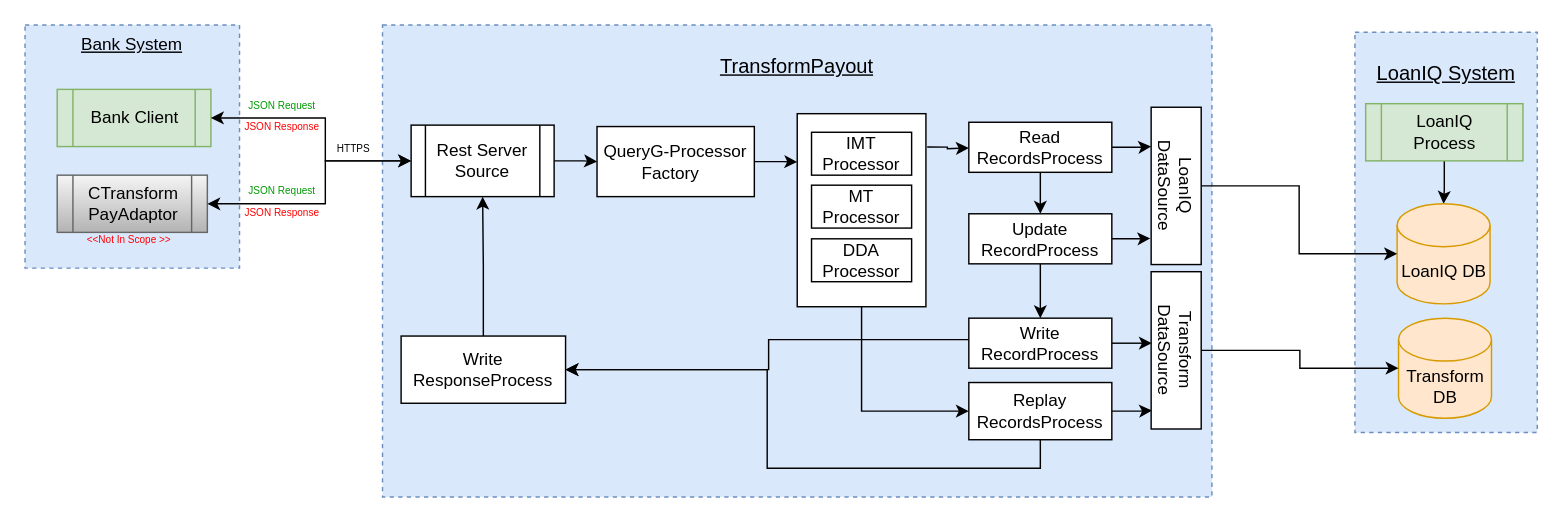
Earlier version of the draw.io diagram page "Page-5" (5 of 5) of NFR_Reliability.drawio (thrivikramarajarao/easy_test_domain). Source tidied: cells renumbered, new cells numbered last; positions are measured from the earlier drawing's top-left corner, leaving out a move shared by most shapes. Both pictures are drawn from the tidied source at 143%, with x=0, y=0 at pixel (24, 24).
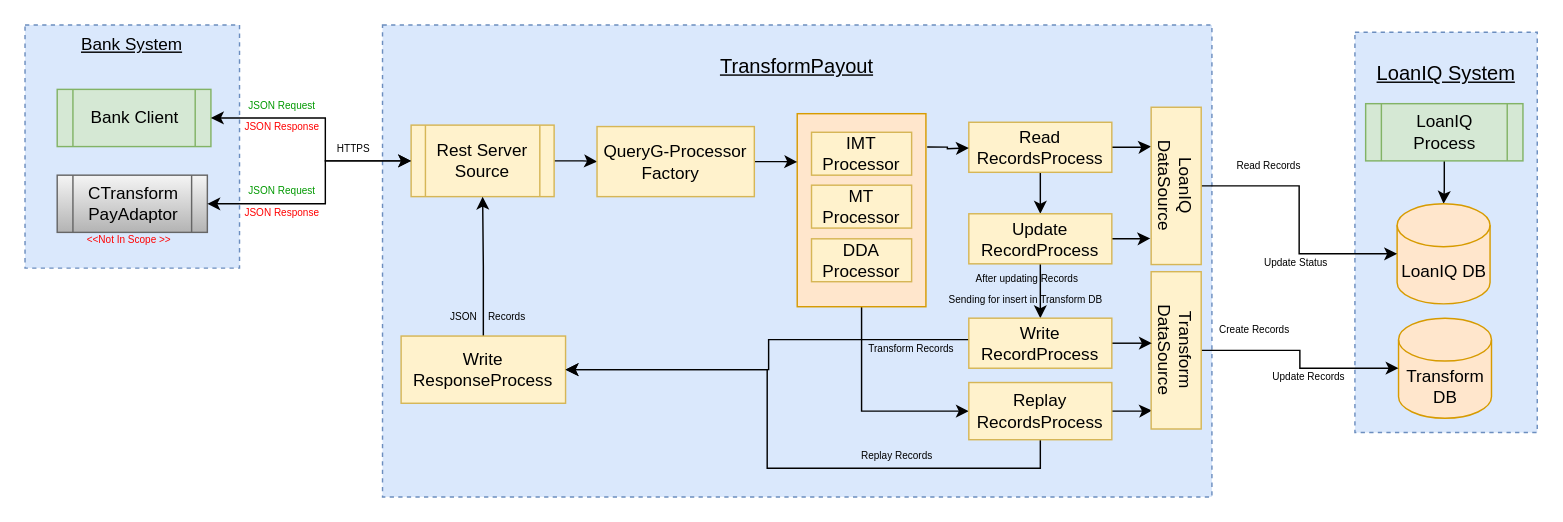
The same diagram, later.

What changed in the source:
```diff
@@
-    <mxCell id="4" style="rounded=0;whiteSpace=wrap;html=1;fontFamily=Helvetica;fontSize=12;fontColor=#000000;align=center;verticalAlign=middle;" parent="1" vertex="1">
+    <mxCell id="4" style="rounded=0;whiteSpace=wrap;html=1;fontFamily=Helvetica;fontSize=12;align=center;verticalAlign=middle;fillColor=#ffe6cc;strokeColor=#d79b00;" parent="1" vertex="1">
       <mxGeometry x="540" y="62" width="90" height="135" as="geometry" />
     </mxCell>
@@
-    <mxCell id="11" value="Rest Server Source" style="shape=process;whiteSpace=wrap;html=1;backgroundOutline=1;fontFamily=Helvetica;verticalAlign=middle;" parent="1" vertex="1">
+    <mxCell id="11" value="Rest Server Source" style="shape=process;whiteSpace=wrap;html=1;backgroundOutline=1;fontFamily=Helvetica;verticalAlign=middle;fillColor=#fff2cc;strokeColor=#d6b656;" parent="1" vertex="1">
       <mxGeometry x="270" y="70" width="100" height="50" as="geometry" />
     </mxCell>
@@
-    <mxCell id="24" value="&lt;font color=&quot;#000000&quot; style=&quot;font-size: 12px&quot;&gt;QueryG-Processor Factory&amp;nbsp;&amp;nbsp;&lt;/font&gt;" style="rounded=0;whiteSpace=wrap;html=1;fontFamily=Helvetica;fontSize=12;fontColor=#009900;align=center;verticalAlign=middle;" parent="1" vertex="1">
+    <mxCell id="24" value="&lt;font color=&quot;#000000&quot; style=&quot;font-size: 12px&quot;&gt;QueryG-Processor Factory&amp;nbsp;&amp;nbsp;&lt;/font&gt;" style="rounded=0;whiteSpace=wrap;html=1;fontFamily=Helvetica;fontSize=12;align=center;verticalAlign=middle;fillColor=#fff2cc;strokeColor=#d6b656;" parent="1" vertex="1">
       <mxGeometry x="400" y="71" width="110" height="49" as="geometry" />
     </mxCell>
-    <mxCell id="25" value="&lt;font color=&quot;#000000&quot;&gt;IMT Processor&lt;/font&gt;" style="rounded=0;whiteSpace=wrap;html=1;fontFamily=Helvetica;fontSize=12;fontColor=#009900;align=center;verticalAlign=middle;" parent="1" vertex="1">
+    <mxCell id="25" value="&lt;font color=&quot;#000000&quot;&gt;IMT Processor&lt;/font&gt;" style="rounded=0;whiteSpace=wrap;html=1;fontFamily=Helvetica;fontSize=12;align=center;verticalAlign=middle;fillColor=#fff2cc;strokeColor=#d6b656;" parent="1" vertex="1">
       <mxGeometry x="550" y="75" width="70" height="30" as="geometry" />
     </mxCell>
-    <mxCell id="26" value="&lt;font color=&quot;#000000&quot;&gt;MT Processor&lt;/font&gt;" style="rounded=0;whiteSpace=wrap;html=1;fontFamily=Helvetica;fontSize=12;fontColor=#009900;align=center;verticalAlign=middle;" parent="1" vertex="1">
+    <mxCell id="26" value="&lt;font color=&quot;#000000&quot;&gt;MT Processor&lt;/font&gt;" style="rounded=0;whiteSpace=wrap;html=1;fontFamily=Helvetica;fontSize=12;align=center;verticalAlign=middle;fillColor=#fff2cc;strokeColor=#d6b656;" parent="1" vertex="1">
       <mxGeometry x="550" y="112" width="70" height="30" as="geometry" />
     </mxCell>
-    <mxCell id="27" value="&lt;font color=&quot;#000000&quot;&gt;DDA Processor&lt;/font&gt;" style="rounded=0;whiteSpace=wrap;html=1;fontFamily=Helvetica;fontSize=12;fontColor=#009900;align=center;verticalAlign=middle;" parent="1" vertex="1">
+    <mxCell id="27" value="&lt;font color=&quot;#000000&quot;&gt;DDA Processor&lt;/font&gt;" style="rounded=0;whiteSpace=wrap;html=1;fontFamily=Helvetica;fontSize=12;align=center;verticalAlign=middle;fillColor=#fff2cc;strokeColor=#d6b656;" parent="1" vertex="1">
       <mxGeometry x="550" y="149.5" width="70" height="30" as="geometry" />
     </mxCell>
@@
-    <mxCell id="30" value="&lt;font color=&quot;#000000&quot;&gt;Read&lt;br&gt;RecordsProcess&lt;/font&gt;" style="rounded=0;whiteSpace=wrap;html=1;fontFamily=Helvetica;fontSize=12;fontColor=#009900;align=center;verticalAlign=middle;" parent="1" vertex="1">
+    <mxCell id="30" value="&lt;font color=&quot;#000000&quot;&gt;Read&lt;br&gt;RecordsProcess&lt;/font&gt;" style="rounded=0;whiteSpace=wrap;html=1;fontFamily=Helvetica;fontSize=12;align=center;verticalAlign=middle;fillColor=#fff2cc;strokeColor=#d6b656;" parent="1" vertex="1">
       <mxGeometry x="660" y="68" width="100" height="35" as="geometry" />
     </mxCell>
@@
-    <mxCell id="32" value="&lt;font color=&quot;#000000&quot;&gt;Write &lt;br&gt;ResponseProcess&lt;/font&gt;" style="rounded=0;whiteSpace=wrap;html=1;fontFamily=Helvetica;fontSize=12;fontColor=#009900;align=center;verticalAlign=middle;" parent="1" vertex="1">
+    <mxCell id="32" value="&lt;font color=&quot;#000000&quot;&gt;Write &lt;br&gt;ResponseProcess&lt;/font&gt;" style="rounded=0;whiteSpace=wrap;html=1;fontFamily=Helvetica;fontSize=12;align=center;verticalAlign=middle;fillColor=#fff2cc;strokeColor=#d6b656;" parent="1" vertex="1">
       <mxGeometry x="263" y="217.5" width="115" height="47" as="geometry" />
     </mxCell>
@@
-    <mxCell id="35" value="&lt;font color=&quot;#000000&quot;&gt;Replay RecordsProcess&lt;/font&gt;" style="rounded=0;whiteSpace=wrap;html=1;fontFamily=Helvetica;fontSize=12;fontColor=#009900;align=center;verticalAlign=middle;" parent="1" vertex="1">
+    <mxCell id="35" value="&lt;font color=&quot;#000000&quot;&gt;Replay RecordsProcess&lt;/font&gt;" style="rounded=0;whiteSpace=wrap;html=1;fontFamily=Helvetica;fontSize=12;align=center;verticalAlign=middle;fillColor=#fff2cc;strokeColor=#d6b656;" parent="1" vertex="1">
       <mxGeometry x="660" y="250" width="100" height="40" as="geometry" />
     </mxCell>
@@
-    <mxCell id="37" value="&lt;font color=&quot;#000000&quot;&gt;LoanIQ&lt;br&gt;DataSource&lt;/font&gt;" style="rounded=0;whiteSpace=wrap;html=1;fontFamily=Helvetica;fontSize=12;fontColor=#009900;align=center;verticalAlign=middle;rotation=90;" parent="1" vertex="1">
+    <mxCell id="37" value="&lt;font color=&quot;#000000&quot;&gt;LoanIQ&lt;br&gt;DataSource&lt;/font&gt;" style="rounded=0;whiteSpace=wrap;html=1;fontFamily=Helvetica;fontSize=12;align=center;verticalAlign=middle;rotation=90;fillColor=#fff2cc;strokeColor=#d6b656;" parent="1" vertex="1">
       <mxGeometry x="750" y="95" width="110" height="35" as="geometry" />
     </mxCell>
@@
-    <mxCell id="39" value="&lt;font color=&quot;#000000&quot;&gt;Transform&lt;br&gt;DataSource&lt;/font&gt;" style="rounded=0;whiteSpace=wrap;html=1;fontFamily=Helvetica;fontSize=12;fontColor=#009900;align=center;verticalAlign=middle;rotation=90;" parent="1" vertex="1">
+    <mxCell id="39" value="&lt;font color=&quot;#000000&quot;&gt;Transform&lt;br&gt;DataSource&lt;/font&gt;" style="rounded=0;whiteSpace=wrap;html=1;fontFamily=Helvetica;fontSize=12;align=center;verticalAlign=middle;rotation=90;fillColor=#fff2cc;strokeColor=#d6b656;" parent="1" vertex="1">
       <mxGeometry x="750" y="210" width="110" height="35" as="geometry" />
     </mxCell>
@@
-    <mxCell id="42" value="&lt;font color=&quot;#000000&quot;&gt;Update RecordProcess&lt;/font&gt;" style="rounded=0;whiteSpace=wrap;html=1;fontFamily=Helvetica;fontSize=12;fontColor=#009900;align=center;verticalAlign=middle;" parent="1" vertex="1">
+    <mxCell id="42" value="&lt;font color=&quot;#000000&quot;&gt;Update RecordProcess&lt;/font&gt;" style="rounded=0;whiteSpace=wrap;html=1;fontFamily=Helvetica;fontSize=12;align=center;verticalAlign=middle;fillColor=#fff2cc;strokeColor=#d6b656;" parent="1" vertex="1">
       <mxGeometry x="660" y="132" width="100" height="35" as="geometry" />
     </mxCell>
@@
-    <mxCell id="45" value="&lt;font color=&quot;#000000&quot;&gt;Write RecordProcess&lt;/font&gt;" style="rounded=0;whiteSpace=wrap;html=1;fontFamily=Helvetica;fontSize=12;fontColor=#009900;align=center;verticalAlign=middle;" parent="1" vertex="1">
+    <mxCell id="45" value="&lt;font color=&quot;#000000&quot;&gt;Write RecordProcess&lt;/font&gt;" style="rounded=0;whiteSpace=wrap;html=1;fontFamily=Helvetica;fontSize=12;align=center;verticalAlign=middle;fillColor=#fff2cc;strokeColor=#d6b656;" parent="1" vertex="1">
       <mxGeometry x="660" y="205" width="100" height="35" as="geometry" />
     </mxCell>
@@
+    <mxCell id="47" value="&lt;span style=&quot;font-size: 7px&quot;&gt;Read Records&lt;/span&gt;" style="text;html=1;strokeColor=none;fillColor=none;align=center;verticalAlign=middle;whiteSpace=wrap;rounded=0;dashed=1;fontFamily=Helvetica;fontColor=#000000;" parent="1" vertex="1">
+      <mxGeometry x="830" y="82" width="80" height="30" as="geometry" />
+    </mxCell>
+    <mxCell id="48" value="&lt;span style=&quot;font-size: 7px&quot;&gt;Update Status&amp;nbsp;&lt;/span&gt;" style="text;html=1;strokeColor=none;fillColor=none;align=center;verticalAlign=middle;whiteSpace=wrap;rounded=0;dashed=1;fontFamily=Helvetica;fontColor=#000000;" parent="1" vertex="1">
+      <mxGeometry x="850" y="150" width="80" height="30" as="geometry" />
+    </mxCell>
+    <mxCell id="49" value="&lt;span style=&quot;font-size: 7px&quot;&gt;Create Records&lt;/span&gt;" style="text;html=1;strokeColor=none;fillColor=none;align=center;verticalAlign=middle;whiteSpace=wrap;rounded=0;dashed=1;fontFamily=Helvetica;fontColor=#000000;" parent="1" vertex="1">
+      <mxGeometry x="820" y="197" width="80" height="30" as="geometry" />
+    </mxCell>
+    <mxCell id="50" value="&lt;span style=&quot;font-size: 7px&quot;&gt;Update Records&lt;/span&gt;" style="text;html=1;strokeColor=none;fillColor=none;align=center;verticalAlign=middle;whiteSpace=wrap;rounded=0;dashed=1;fontFamily=Helvetica;fontColor=#000000;" parent="1" vertex="1">
+      <mxGeometry x="857.5" y="230" width="80" height="30" as="geometry" />
+    </mxCell>
+    <mxCell id="51" value="&lt;span style=&quot;font-size: 7px&quot;&gt;Replay Records&lt;/span&gt;" style="text;html=1;strokeColor=none;fillColor=none;align=center;verticalAlign=middle;whiteSpace=wrap;rounded=0;dashed=1;fontFamily=Helvetica;fontColor=#000000;" parent="1" vertex="1">
+      <mxGeometry x="570" y="285" width="80" height="30" as="geometry" />
+    </mxCell>
+    <mxCell id="52" value="&lt;span style=&quot;font-size: 7px&quot;&gt;Transform Records&lt;/span&gt;" style="text;html=1;strokeColor=none;fillColor=none;align=center;verticalAlign=middle;whiteSpace=wrap;rounded=0;dashed=1;fontFamily=Helvetica;fontColor=#000000;" parent="1" vertex="1">
+      <mxGeometry x="580" y="210" width="80" height="30" as="geometry" />
+    </mxCell>
+    <mxCell id="53" value="&lt;span style=&quot;font-size: 7px&quot;&gt;JSON&amp;nbsp; &amp;nbsp; Records&lt;/span&gt;" style="text;html=1;strokeColor=none;fillColor=none;align=center;verticalAlign=middle;whiteSpace=wrap;rounded=0;dashed=1;fontFamily=Helvetica;fontColor=#000000;" parent="1" vertex="1">
+      <mxGeometry x="283.5" y="187.5" width="80" height="30" as="geometry" />
+    </mxCell>
+    <mxCell id="54" value="&lt;span style=&quot;font-size: 7px&quot;&gt;After updating Records&lt;br&gt;Sending for insert in Transform DB&amp;nbsp;&lt;br&gt;&lt;/span&gt;" style="text;html=1;strokeColor=none;fillColor=none;align=center;verticalAlign=middle;whiteSpace=wrap;rounded=0;dashed=1;fontFamily=Helvetica;fontColor=#000000;" parent="1" vertex="1">
+      <mxGeometry x="641" y="168" width="120" height="30" as="geometry" />
+    </mxCell>
```
